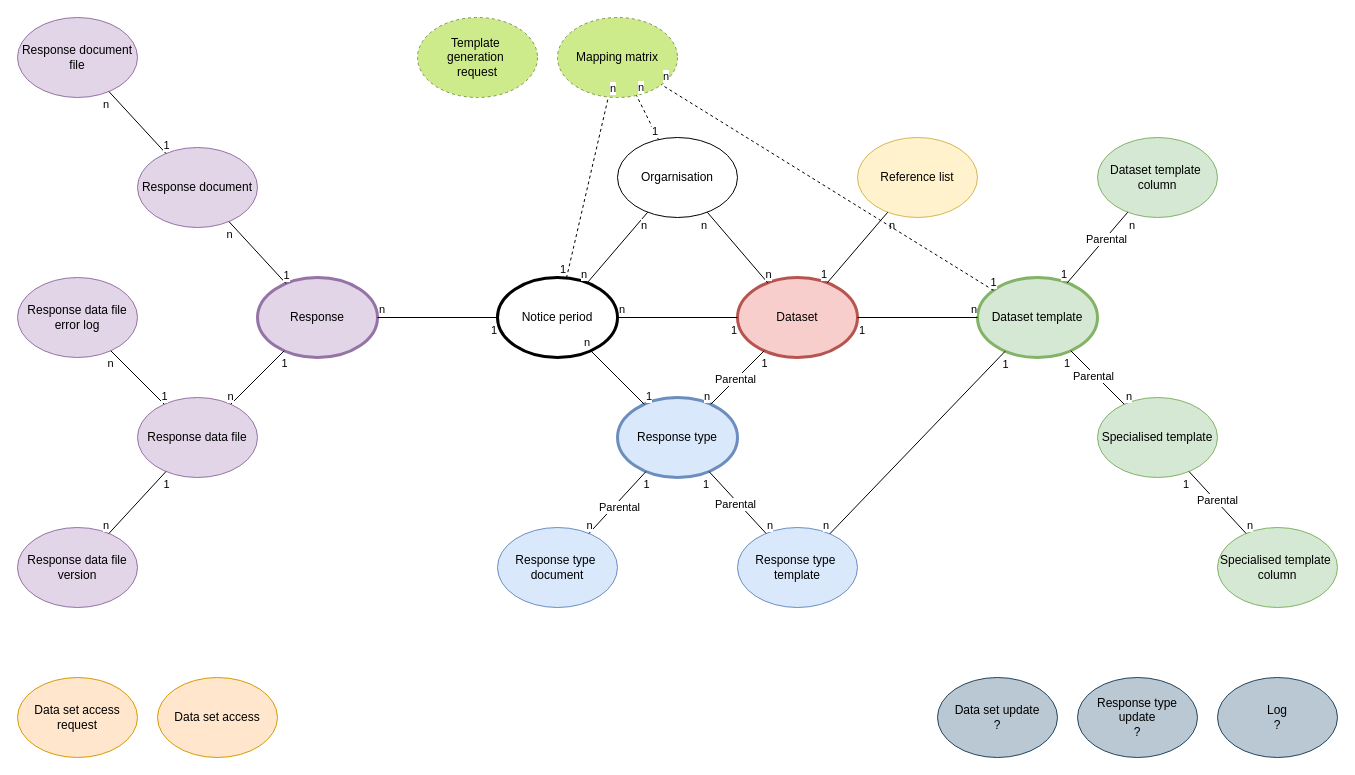
The draw.io diagram page "Table diagram" (5 of 6) of Data portal.drawio in danieldotskc/helloworld, before the edit. Source tidied: cells renumbered, new cells numbered last; positions are measured from the earlier drawing's top-left corner, leaving out a move shared by most shapes. Both pictures are drawn from the tidied source at 100%, with x=0, y=0 at pixel (17, 17).
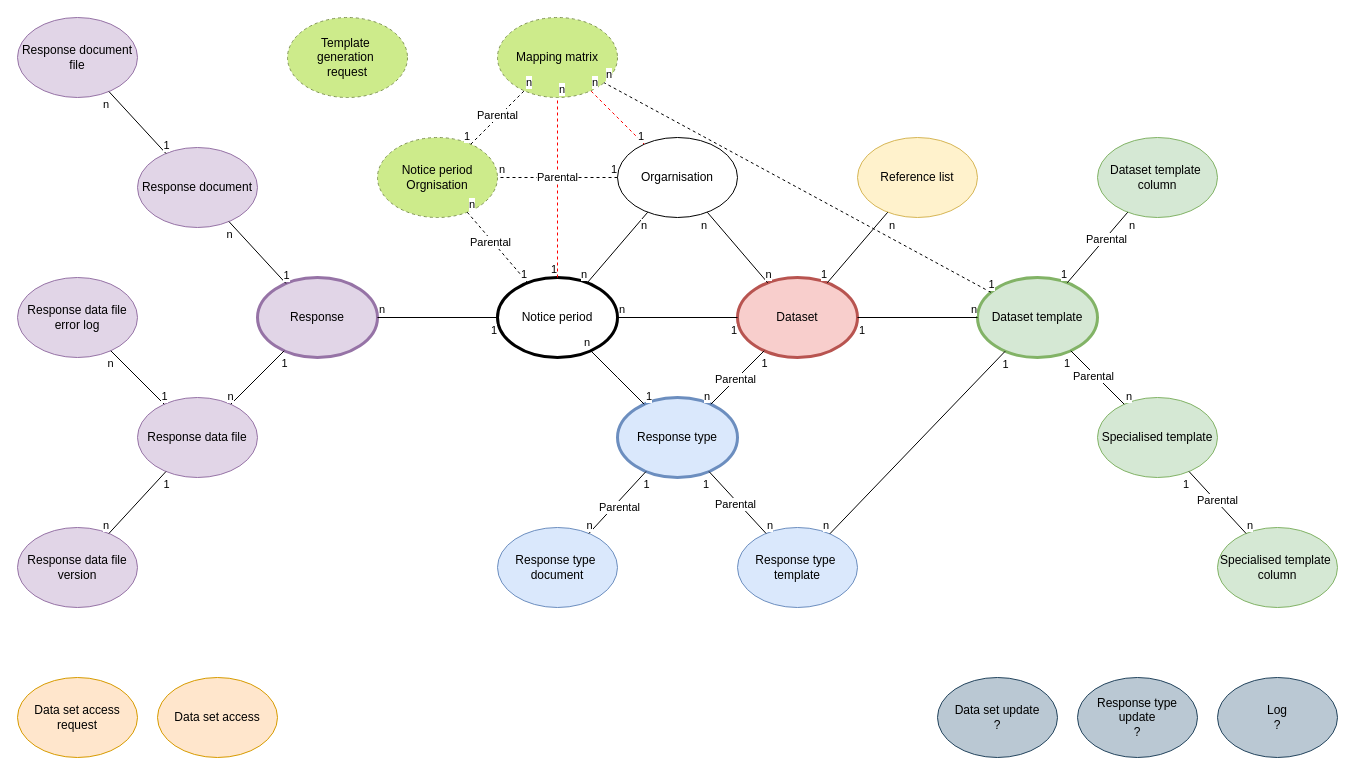
Above is the later version.

Unchanged cells that the change refers to:
```xml
<mxCell id="3" value="Notice period" style="ellipse;whiteSpace=wrap;html=1;strokeWidth=3;" parent="1" vertex="1">
  <mxGeometry x="480" y="260" width="120" height="80" as="geometry" />
</mxCell>
<mxCell id="9" value="Orgarnisation" style="ellipse;whiteSpace=wrap;html=1;" parent="1" vertex="1">
  <mxGeometry x="600" y="120" width="120" height="80" as="geometry" />
</mxCell>
```

Diff of the diagram source:
```diff
@@
     <mxCell id="87" value="Mapping matrix" style="ellipse;whiteSpace=wrap;html=1;strokeWidth=1;fillColor=#cdeb8b;strokeColor=#819556;dashed=1;" parent="1" vertex="1">
-      <mxGeometry x="540" width="120" height="80" as="geometry" />
+      <mxGeometry x="480" width="120" height="80" as="geometry" />
     </mxCell>
-    <mxCell id="88" style="endArrow=none;html=1;rounded=0;endFill=0;dashed=1;" parent="1" edge="1" source="3" target="87">
+    <mxCell id="88" style="endArrow=none;html=1;rounded=0;endFill=0;dashed=1;strokeColor=#FF0000;" parent="1" edge="1" source="3" target="87">
       <mxGeometry relative="1" as="geometry" />
     </mxCell>
@@
-    <mxCell id="91" style="endArrow=none;html=1;rounded=0;endFill=0;dashed=1;" parent="1" edge="1" source="9" target="87">
+    <mxCell id="91" style="endArrow=none;html=1;rounded=0;endFill=0;dashed=1;strokeColor=#FF0000;" parent="1" edge="1" source="9" target="87">
       <mxGeometry relative="1" as="geometry" />
     </mxCell>
@@
     <mxCell id="97" value="Template&amp;nbsp;&lt;div&gt;generation&amp;nbsp;&lt;/div&gt;&lt;div&gt;request&lt;/div&gt;" style="ellipse;whiteSpace=wrap;html=1;strokeWidth=1;fillColor=#cdeb8b;strokeColor=#819556;dashed=1;" parent="1" vertex="1">
-      <mxGeometry x="400" width="120" height="80" as="geometry" />
+      <mxGeometry x="270" width="120" height="80" as="geometry" />
     </mxCell>
+    <mxCell id="98" value="Notice period Orgnisation" style="ellipse;whiteSpace=wrap;html=1;strokeWidth=1;fillColor=#cdeb8b;strokeColor=#819556;dashed=1;" parent="1" vertex="1">
+      <mxGeometry x="360" y="120" width="120" height="80" as="geometry" />
+    </mxCell>
+    <mxCell id="99" style="endArrow=none;html=1;rounded=0;endFill=0;dashed=1;" parent="1" edge="1" source="3" target="98">
+      <mxGeometry relative="1" as="geometry" />
+    </mxCell>
+    <mxCell id="100" value="1" style="edgeLabel;html=1;align=right;verticalAlign=bottom;labelPosition=left;verticalLabelPosition=top;" parent="99" vertex="1">
+      <mxGeometry x="-1" relative="1" as="geometry" />
+    </mxCell>
+    <mxCell id="101" value="n" style="edgeLabel;html=1;align=left;verticalAlign=bottom;labelPosition=right;verticalLabelPosition=top;" parent="99" vertex="1">
+      <mxGeometry x="1" relative="1" as="geometry" />
+    </mxCell>
+    <mxCell id="102" value="Parental" style="edgeLabel;html=1;align=center;verticalAlign=middle;" parent="99" vertex="1">
+      <mxGeometry x="0.21" y="2" relative="1" as="geometry" />
+    </mxCell>
+    <mxCell id="103" value="Parental" style="endArrow=none;html=1;rounded=0;endFill=0;dashed=1;" parent="1" edge="1" source="9" target="98">
+      <mxGeometry relative="1" as="geometry" />
+    </mxCell>
+    <mxCell id="104" value="1" style="edgeLabel;html=1;align=right;verticalAlign=bottom;labelPosition=left;verticalLabelPosition=top;" parent="103" vertex="1">
+      <mxGeometry x="-1" relative="1" as="geometry" />
+    </mxCell>
+    <mxCell id="105" value="n" style="edgeLabel;html=1;align=left;verticalAlign=bottom;labelPosition=right;verticalLabelPosition=top;" parent="103" vertex="1">
+      <mxGeometry x="1" relative="1" as="geometry" />
+    </mxCell>
+    <mxCell id="106" style="endArrow=none;html=1;rounded=0;endFill=0;dashed=1;" parent="1" edge="1" source="98" target="87">
+      <mxGeometry relative="1" as="geometry" />
+    </mxCell>
+    <mxCell id="107" value="1" style="edgeLabel;html=1;align=right;verticalAlign=bottom;labelPosition=left;verticalLabelPosition=top;" parent="106" vertex="1">
+      <mxGeometry x="-1" relative="1" as="geometry" />
+    </mxCell>
+    <mxCell id="108" value="n" style="edgeLabel;html=1;align=left;verticalAlign=bottom;labelPosition=right;verticalLabelPosition=top;" parent="106" vertex="1">
+      <mxGeometry x="1" relative="1" as="geometry" />
+    </mxCell>
+    <mxCell id="109" value="Parental" style="edgeLabel;html=1;align=center;verticalAlign=middle;" parent="106" vertex="1">
+      <mxGeometry x="0.07" y="1" relative="1" as="geometry">
+        <mxPoint x="-1" as="offset" />
+      </mxGeometry>
+    </mxCell>
```
